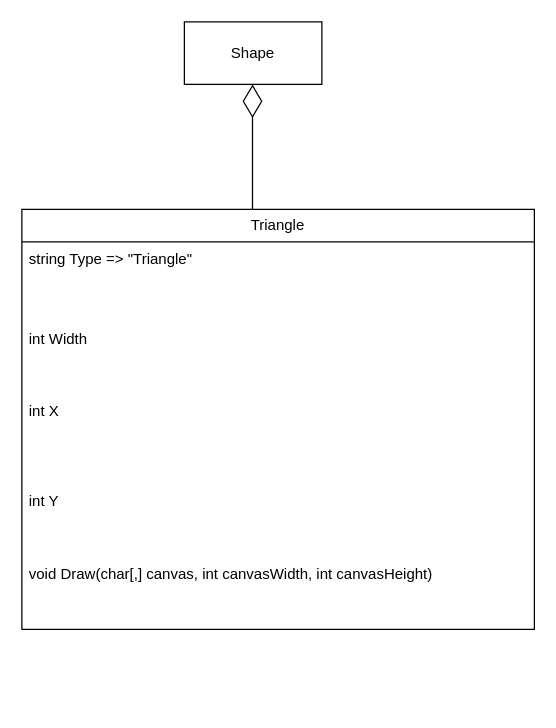
Before: shemas/Triangle.drawio in panigirik/OOP, a draw.io diagram. Source tidied: cells renumbered, new cells numbered last; positions are measured from the earlier drawing's top-left corner, leaving out a move shared by most shapes. Both pictures are drawn from the tidied source at 125%, with x=0, y=0 at pixel (21, 21).
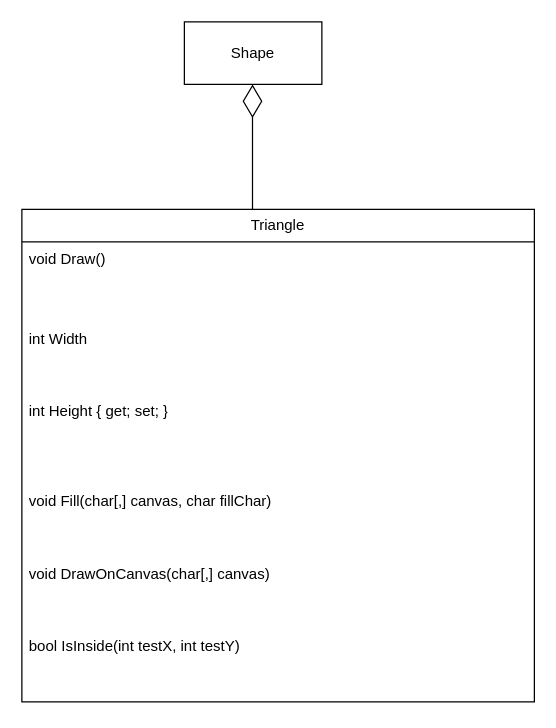
Above is the later version.

The edit, as a diff of the source:
```diff
@@
 <mxGraphModel>
   <root>
     <mxCell id="0" />
     <mxCell id="1" parent="0" />
     <mxCell id="2" value="Triangle" style="swimlane;fontStyle=0;horizontal=1;startSize=26;fillColor=none;whiteSpace=wrap;html=1;" parent="1" vertex="1">
-      <mxGeometry y="150" width="410" height="336" as="geometry" />
+      <mxGeometry y="150" width="410" height="394" as="geometry" />
     </mxCell>
-    <mxCell id="3" value="string Type =&amp;gt; &quot;&lt;span style=&quot;text-align: center;&quot;&gt;Triangle&lt;/span&gt;&quot;" style="text;strokeColor=none;fillColor=none;align=left;verticalAlign=top;spacingLeft=4;spacingRight=4;overflow=hidden;whiteSpace=wrap;html=1;" parent="2" vertex="1">
+    <mxCell id="3" value="void Draw()" style="text;strokeColor=none;fillColor=none;align=left;verticalAlign=top;spacingLeft=4;spacingRight=4;overflow=hidden;whiteSpace=wrap;html=1;" parent="2" vertex="1">
       <mxGeometry y="26" width="410" height="64" as="geometry" />
     </mxCell>
     <mxCell id="4" value="int Width" style="text;strokeColor=none;fillColor=none;align=left;verticalAlign=top;spacingLeft=4;spacingRight=4;overflow=hidden;whiteSpace=wrap;html=1;" parent="2" vertex="1">
       <mxGeometry y="90" width="410" height="58" as="geometry" />
     </mxCell>
-    <mxCell id="5" value="int X" style="text;strokeColor=none;fillColor=none;align=left;verticalAlign=top;spacingLeft=4;spacingRight=4;overflow=hidden;whiteSpace=wrap;html=1;" parent="2" vertex="1">
+    <mxCell id="5" value="int Height { get; set; }" style="text;strokeColor=none;fillColor=none;align=left;verticalAlign=top;spacingLeft=4;spacingRight=4;overflow=hidden;whiteSpace=wrap;html=1;" parent="2" vertex="1">
       <mxGeometry y="148" width="410" height="72" as="geometry" />
     </mxCell>
-    <mxCell id="6" value="int Y" style="text;strokeColor=none;fillColor=none;align=left;verticalAlign=top;spacingLeft=4;spacingRight=4;overflow=hidden;whiteSpace=wrap;html=1;" parent="2" vertex="1">
+    <mxCell id="6" value="void Fill(char[,] canvas, char fillChar)" style="text;strokeColor=none;fillColor=none;align=left;verticalAlign=top;spacingLeft=4;spacingRight=4;overflow=hidden;whiteSpace=wrap;html=1;" parent="2" vertex="1">
       <mxGeometry y="220" width="410" height="58" as="geometry" />
     </mxCell>
-    <mxCell id="7" value="void Draw(char[,] canvas, int canvasWidth, int canvasHeight)" style="text;strokeColor=none;fillColor=none;align=left;verticalAlign=top;spacingLeft=4;spacingRight=4;overflow=hidden;whiteSpace=wrap;html=1;" parent="2" vertex="1">
+    <mxCell id="7" value="void DrawOnCanvas(char[,] canvas)" style="text;strokeColor=none;fillColor=none;align=left;verticalAlign=top;spacingLeft=4;spacingRight=4;overflow=hidden;whiteSpace=wrap;html=1;" parent="2" vertex="1">
       <mxGeometry y="278" width="410" height="58" as="geometry" />
     </mxCell>
+    <mxCell id="10" value="bool IsInside(int testX, int testY)" style="text;strokeColor=none;fillColor=none;align=left;verticalAlign=top;spacingLeft=4;spacingRight=4;overflow=hidden;whiteSpace=wrap;html=1;" parent="2" vertex="1">
+      <mxGeometry y="336" width="410" height="58" as="geometry" />
+    </mxCell>
     <mxCell id="8" value="Shape" style="html=1;whiteSpace=wrap;" parent="1" vertex="1">
       <mxGeometry x="130" width="110" height="50" as="geometry" />
     </mxCell>
     <mxCell id="9" style="endArrow=diamondThin;endFill=0;endSize=24;html=1;rounded=0;" parent="1" edge="1">
       <mxGeometry relative="1" as="geometry">
         <mxPoint x="184.5" y="150" as="sourcePoint" />
         <mxPoint x="184.5" y="50" as="targetPoint" />
       </mxGeometry>
     </mxCell>
   </root>
 </mxGraphModel>
```
